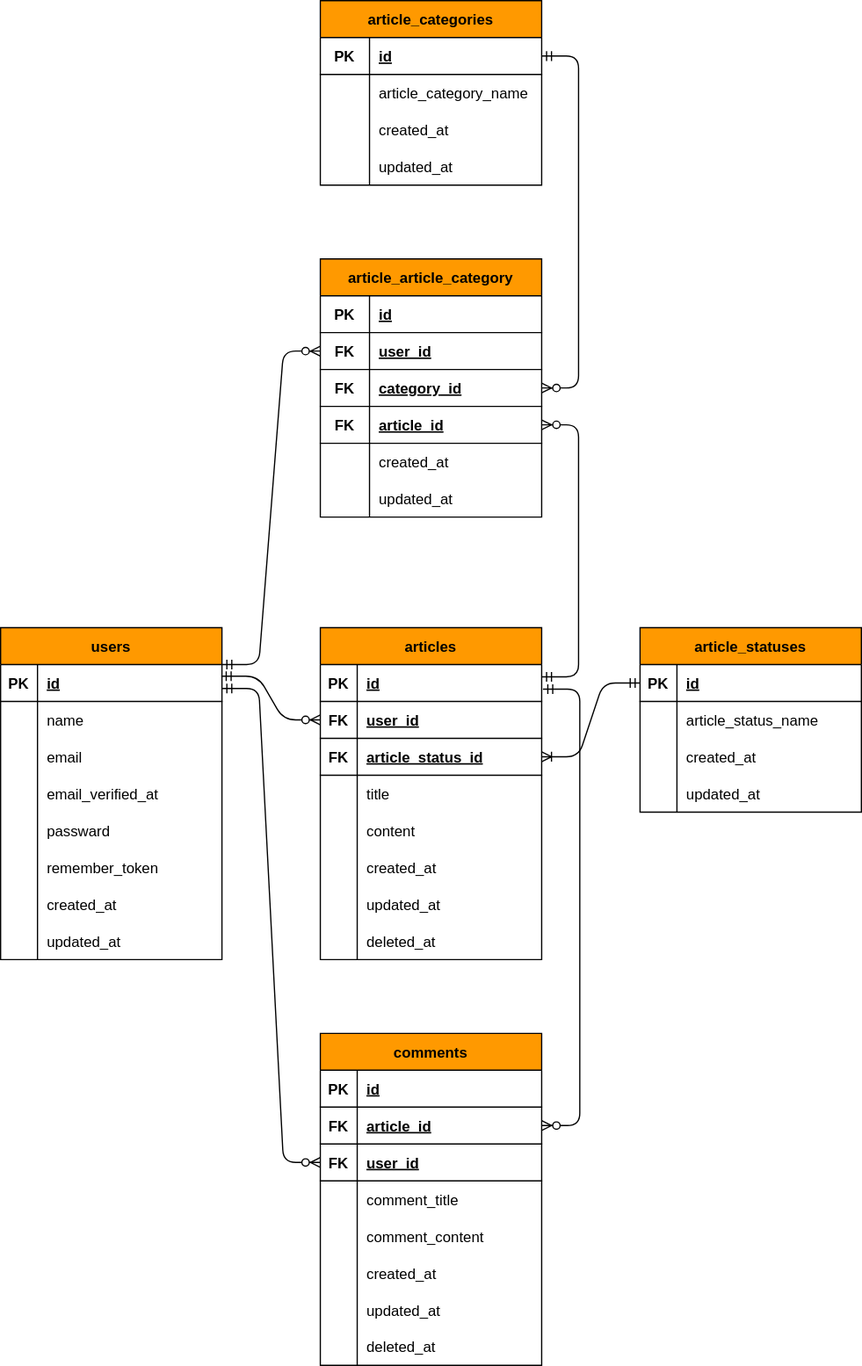
This is docs/erd.svg from ryosuke1256/CommunityServiceTemplateDDD-Laravel, a draw.io export, as it was before one commit. Source tidied: cells renumbered, new cells last; positions are measured from the earlier drawing's top-left corner, leaving out a move shared by most shapes.
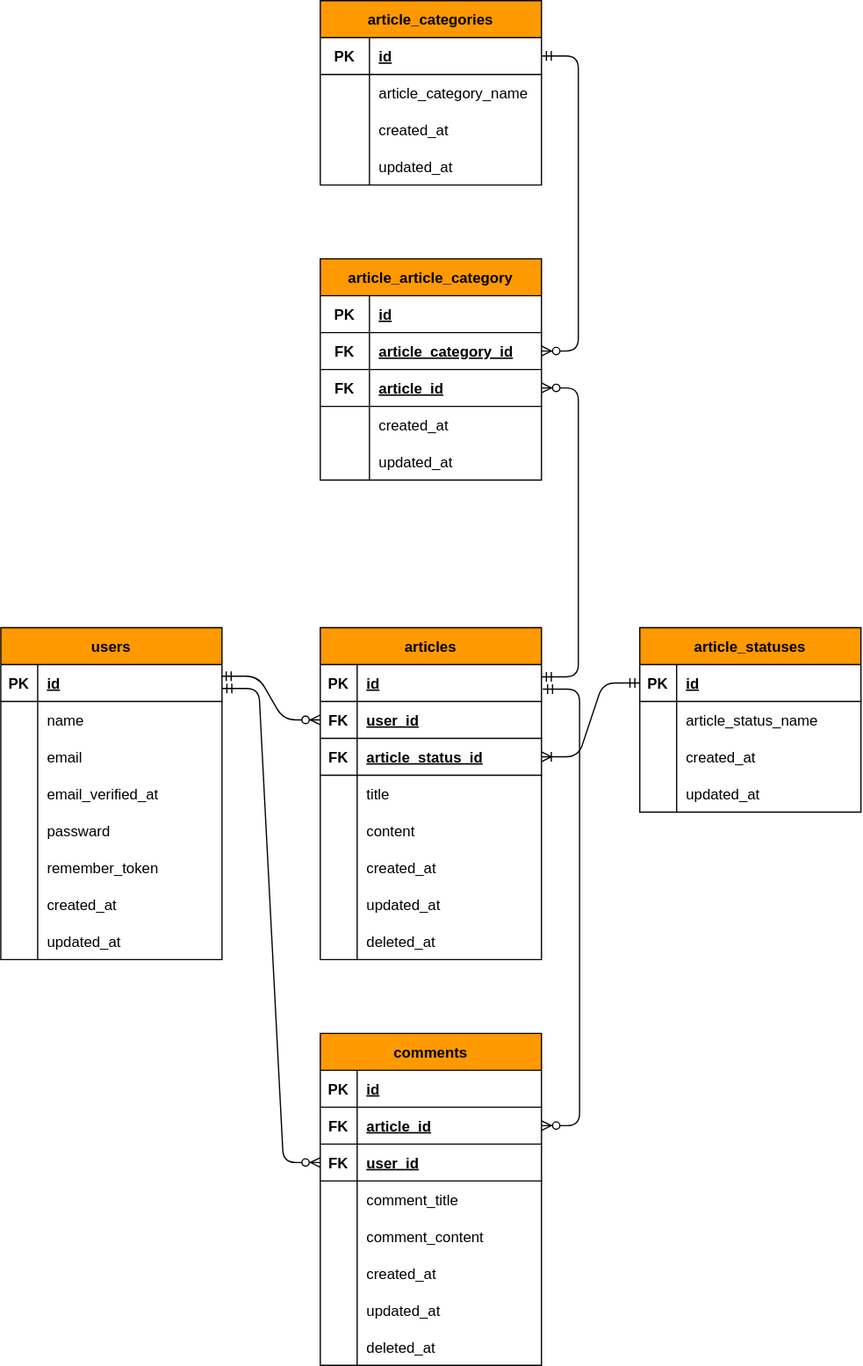
The same file after the commit.

Diff of the diagram source:
```diff
@@ -317,7 +317,7 @@
       </mxGeometry>
     </mxCell>
     <mxCell id="106" value="article_article_category" style="shape=table;startSize=30;rowLines=0;fontStyle=1;align=center;fillColor=#FF9900;fontColor=#000000;" parent="1" vertex="1">
-      <mxGeometry x="260" y="210" width="180" height="210" as="geometry" />
+      <mxGeometry x="260" y="210" width="180" height="180" as="geometry" />
     </mxCell>
     <mxCell id="107" style="shape=partialRectangle;fillColor=none;top=0;left=0;bottom=1;right=0;" parent="106" vertex="1">
       <mxGeometry y="30" width="180" height="30" as="geometry" />
@@ -328,26 +328,17 @@
     <mxCell id="109" value="id" style="shape=partialRectangle;fillColor=none;top=0;left=0;bottom=0;right=0;align=left;spacingLeft=6;fontStyle=5;overflow=hidden;" parent="107" vertex="1">
       <mxGeometry x="40" width="140" height="30" as="geometry" />
     </mxCell>
-    <mxCell id="110" style="shape=partialRectangle;fillColor=none;top=0;left=0;bottom=1;right=0;points=[[0,0.5],[1,0.5]];portConstraint=eastwest;" parent="106" vertex="1">
-      <mxGeometry y="60" width="180" height="30" as="geometry" />
-    </mxCell>
-    <mxCell id="111" value="FK" style="shape=partialRectangle;fillColor=none;top=0;left=0;bottom=0;right=0;fontStyle=1;overflow=hidden;" parent="110" vertex="1">
-      <mxGeometry width="40" height="30" as="geometry" />
-    </mxCell>
-    <mxCell id="112" value="user_id" style="shape=partialRectangle;fillColor=none;top=0;left=0;bottom=0;right=0;align=left;spacingLeft=6;fontStyle=5;overflow=hidden;" parent="110" vertex="1">
-      <mxGeometry x="40" width="140" height="30" as="geometry" />
-    </mxCell>
     <mxCell id="113" style="shape=partialRectangle;fillColor=none;top=0;left=0;bottom=1;right=0;points=[[0,0.5],[1,0.5]];portConstraint=eastwest;" parent="106" vertex="1">
-      <mxGeometry y="90" width="180" height="30" as="geometry" />
+      <mxGeometry y="60" width="180" height="30" as="geometry" />
     </mxCell>
     <mxCell id="114" value="FK" style="shape=partialRectangle;fillColor=none;top=0;left=0;bottom=0;right=0;fontStyle=1;overflow=hidden;" parent="113" vertex="1">
       <mxGeometry width="40" height="30" as="geometry" />
     </mxCell>
-    <mxCell id="115" value="category_id" style="shape=partialRectangle;fillColor=none;top=0;left=0;bottom=0;right=0;align=left;spacingLeft=6;fontStyle=5;overflow=hidden;" parent="113" vertex="1">
+    <mxCell id="115" value="article_category_id" style="shape=partialRectangle;fillColor=none;top=0;left=0;bottom=0;right=0;align=left;spacingLeft=6;fontStyle=5;overflow=hidden;" parent="113" vertex="1">
       <mxGeometry x="40" width="140" height="30" as="geometry" />
     </mxCell>
     <mxCell id="116" style="shape=partialRectangle;fillColor=none;top=0;left=0;bottom=1;right=0;points=[[0,0.5],[1,0.5]];portConstraint=eastwest;" parent="106" vertex="1">
-      <mxGeometry y="120" width="180" height="30" as="geometry" />
+      <mxGeometry y="90" width="180" height="30" as="geometry" />
     </mxCell>
     <mxCell id="117" value="FK" style="shape=partialRectangle;fillColor=none;top=0;left=0;bottom=0;right=0;fontStyle=1;overflow=hidden;" parent="116" vertex="1">
       <mxGeometry width="40" height="30" as="geometry" />
@@ -356,7 +347,7 @@
       <mxGeometry x="40" width="140" height="30" as="geometry" />
     </mxCell>
     <mxCell id="119" style="shape=partialRectangle;fillColor=none;top=0;left=0;bottom=0;right=0;" parent="106" vertex="1">
-      <mxGeometry y="150" width="180" height="30" as="geometry" />
+      <mxGeometry y="120" width="180" height="30" as="geometry" />
     </mxCell>
     <mxCell id="120" style="shape=partialRectangle;fillColor=none;top=0;left=0;bottom=0;right=0;overflow=hidden;" parent="119" vertex="1">
       <mxGeometry width="40" height="30" as="geometry" />
@@ -365,7 +356,7 @@
       <mxGeometry x="40" width="140" height="30" as="geometry" />
     </mxCell>
     <mxCell id="122" style="shape=partialRectangle;fillColor=none;top=0;left=0;bottom=0;right=0;" parent="106" vertex="1">
-      <mxGeometry y="180" width="180" height="30" as="geometry" />
+      <mxGeometry y="150" width="180" height="30" as="geometry" />
     </mxCell>
     <mxCell id="123" style="shape=partialRectangle;fillColor=none;top=0;left=0;bottom=0;right=0;overflow=hidden;" parent="122" vertex="1">
       <mxGeometry width="40" height="30" as="geometry" />
@@ -381,11 +372,6 @@
     <mxCell id="126" style="edgeStyle=entityRelationEdgeStyle;fontSize=12;html=1;endArrow=ERzeroToMany;startArrow=ERmandOne;entryX=1;entryY=0.5;entryDx=0;entryDy=0;exitX=1;exitY=0.5;exitDx=0;exitDy=0;" parent="1" edge="1" source="93" target="113">
       <mxGeometry relative="1" as="geometry" />
     </mxCell>
-    <mxCell id="127" style="edgeStyle=entityRelationEdgeStyle;fontSize=12;html=1;endArrow=ERzeroToMany;startArrow=ERmandOne;entryX=0;entryY=0.5;entryDx=0;entryDy=0;exitX=0.997;exitY=0.315;exitDx=0;exitDy=0;exitPerimeter=0;" parent="1" edge="1" target="110">
-      <mxGeometry relative="1" as="geometry">
-        <mxPoint x="180" y="540" as="sourcePoint" />
-      </mxGeometry>
-    </mxCell>
     <mxCell id="128" style="edgeStyle=entityRelationEdgeStyle;fontSize=12;html=1;endArrow=ERzeroToMany;startArrow=ERmandOne;entryX=1;entryY=0.5;entryDx=0;entryDy=0;" parent="1" edge="1" target="70">
       <mxGeometry relative="1" as="geometry">
         <mxPoint x="441" y="560" as="sourcePoint" />
```
